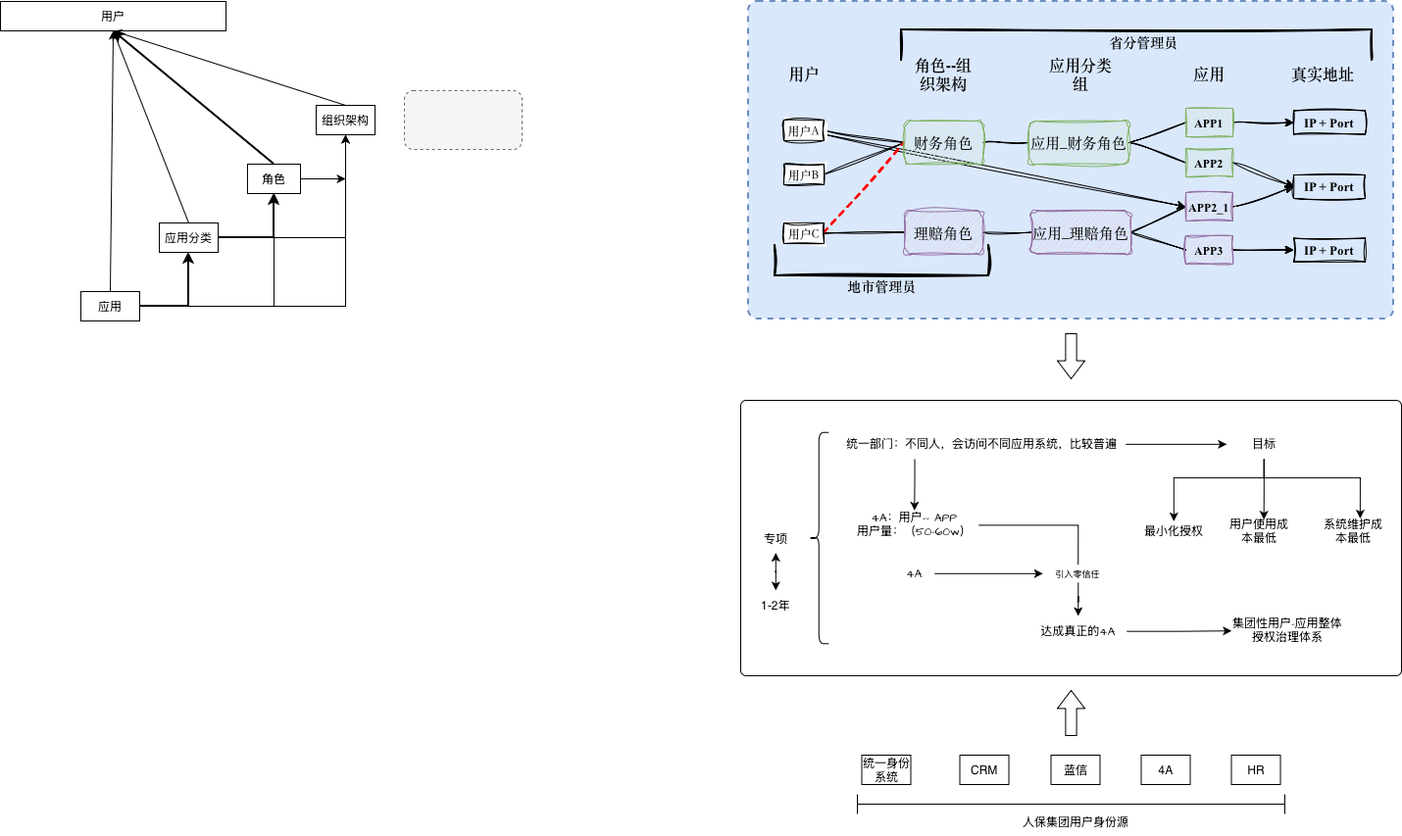
Earlier version of the draw.io export Authorization logic and system design goals based on zero trust.drawio.png (skillre/diagrams_P). Source tidied: cells renumbered, new cells last; positions are measured from the earlier drawing's top-left corner, leaving out a move shared by most shapes.
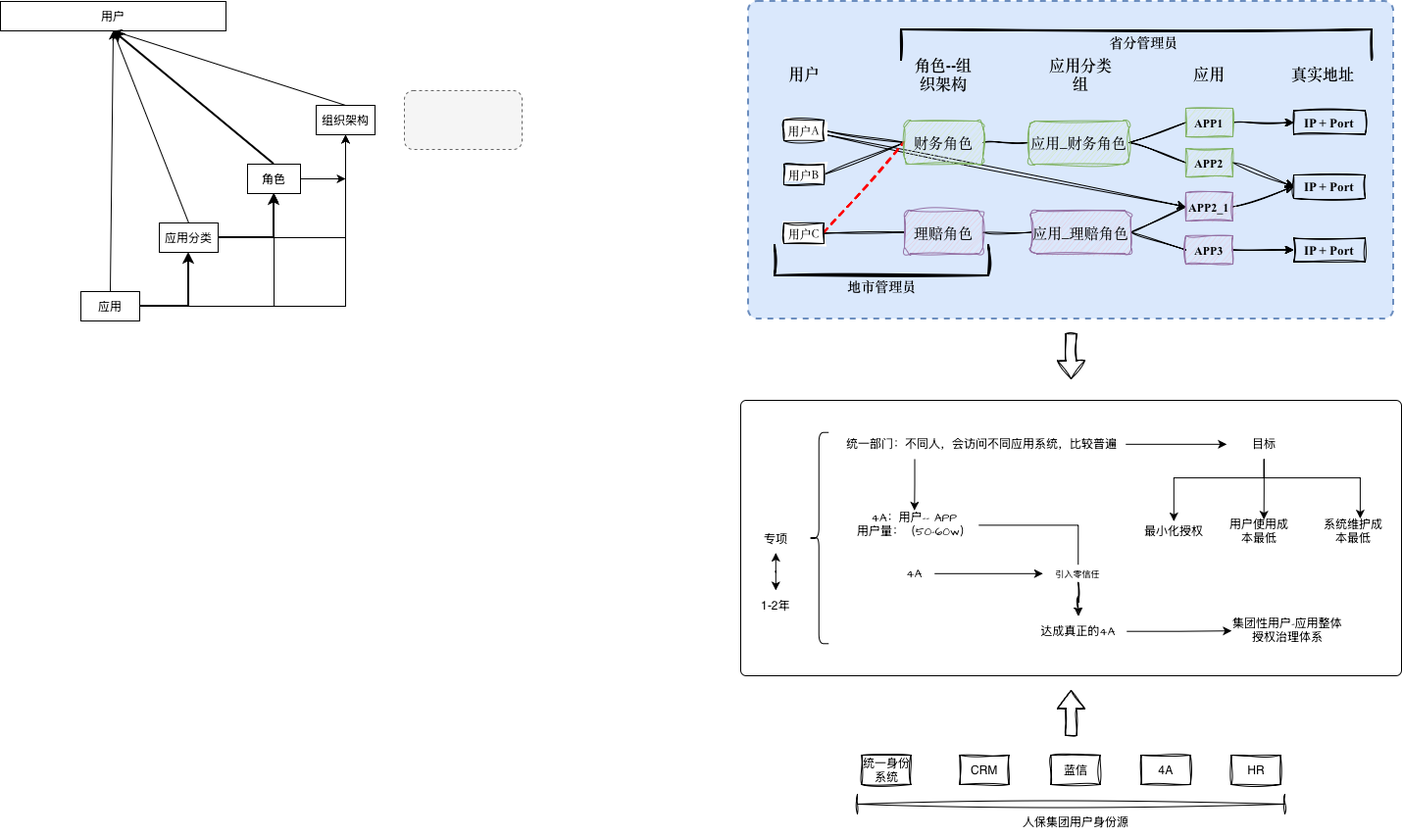
After the change.

What changed in the source:
```diff
@@ -177,25 +177,25 @@
     <mxCell id="58" style="endArrow=classic;html=1;rounded=0;exitX=1;exitY=0.5;exitDx=0;exitDy=0;entryX=0.5;entryY=1;entryDx=0;entryDy=0;strokeWidth=2;edgeStyle=orthogonalEdgeStyle;" parent="1" edge="1" source="44" target="46">
       <mxGeometry relative="1" as="geometry" />
     </mxCell>
-    <mxCell id="59" value="4A" style="text;html=1;whiteSpace=wrap;strokeColor=default;fillColor=none;align=center;verticalAlign=middle;rounded=0;" parent="1" vertex="1">
+    <mxCell id="59" value="4A" style="text;html=1;whiteSpace=wrap;strokeColor=default;fillColor=none;align=center;verticalAlign=middle;rounded=0;sketch=1;curveFitting=1;jiggle=2;" parent="1" vertex="1">
       <mxGeometry x="1163.5" y="769" width="50" height="30" as="geometry" />
     </mxCell>
-    <mxCell id="60" value="HR" style="text;html=1;whiteSpace=wrap;strokeColor=default;fillColor=none;align=center;verticalAlign=middle;rounded=0;" parent="1" vertex="1">
+    <mxCell id="60" value="HR" style="text;html=1;whiteSpace=wrap;strokeColor=default;fillColor=none;align=center;verticalAlign=middle;rounded=0;sketch=1;curveFitting=1;jiggle=2;" parent="1" vertex="1">
       <mxGeometry x="1255.5" y="769" width="50" height="30" as="geometry" />
     </mxCell>
-    <mxCell id="61" value="蓝信" style="text;html=1;whiteSpace=wrap;strokeColor=default;fillColor=none;align=center;verticalAlign=middle;rounded=0;" parent="1" vertex="1">
+    <mxCell id="61" value="蓝信" style="text;html=1;whiteSpace=wrap;strokeColor=default;fillColor=none;align=center;verticalAlign=middle;rounded=0;sketch=1;curveFitting=1;jiggle=2;" parent="1" vertex="1">
       <mxGeometry x="1071.5" y="769" width="50" height="30" as="geometry" />
     </mxCell>
-    <mxCell id="62" value="CRM" style="text;html=1;whiteSpace=wrap;strokeColor=default;fillColor=none;align=center;verticalAlign=middle;rounded=0;" parent="1" vertex="1">
+    <mxCell id="62" value="CRM" style="text;html=1;whiteSpace=wrap;strokeColor=default;fillColor=none;align=center;verticalAlign=middle;rounded=0;sketch=1;curveFitting=1;jiggle=2;" parent="1" vertex="1">
       <mxGeometry x="978.5" y="769" width="50" height="30" as="geometry" />
     </mxCell>
-    <mxCell id="63" value="统一身份系统" style="text;html=1;whiteSpace=wrap;strokeColor=default;fillColor=none;align=center;verticalAlign=middle;rounded=0;" parent="1" vertex="1">
+    <mxCell id="63" value="统一身份系统" style="text;html=1;whiteSpace=wrap;strokeColor=default;fillColor=none;align=center;verticalAlign=middle;rounded=0;sketch=1;curveFitting=1;jiggle=2;" parent="1" vertex="1">
       <mxGeometry x="878.5" y="769" width="50" height="30" as="geometry" />
     </mxCell>
-    <mxCell id="64" style="shape=crossbar;whiteSpace=wrap;html=1;rounded=1;" parent="1" vertex="1">
+    <mxCell id="64" style="shape=crossbar;whiteSpace=wrap;html=1;rounded=1;sketch=1;curveFitting=1;jiggle=2;" parent="1" vertex="1">
       <mxGeometry x="874" y="809" width="436" height="20" as="geometry" />
     </mxCell>
-    <mxCell id="65" value="人保集团用户身份源" style="text;html=1;whiteSpace=wrap;strokeColor=none;fillColor=none;align=center;verticalAlign=middle;rounded=0;" parent="1" vertex="1">
+    <mxCell id="65" value="人保集团用户身份源" style="text;html=1;whiteSpace=wrap;strokeColor=none;fillColor=none;align=center;verticalAlign=middle;rounded=0;sketch=1;curveFitting=1;jiggle=2;" parent="1" vertex="1">
       <mxGeometry x="1012.5" y="822" width="168" height="30" as="geometry" />
     </mxCell>
     <mxCell id="66" style="rounded=1;whiteSpace=wrap;html=1;arcSize=2;" parent="1" vertex="1">
@@ -221,7 +221,7 @@
     <mxCell id="71" value="目标" style="text;html=1;whiteSpace=wrap;strokeColor=none;fillColor=none;align=center;verticalAlign=middle;rounded=0;fontFamily=Architects Daughter;fontSource=https%3A%2F%2Ffonts.googleapis.com%2Fcss%3Ffamily%3DArchitects%2BDaughter;" parent="66" vertex="1">
       <mxGeometry x="495.8" y="29.7" width="76" height="30.2" as="geometry" />
     </mxCell>
-    <mxCell id="72" style="edgeStyle=orthogonalEdgeStyle;rounded=0;jettySize=auto;html=1;entryX=0.5;entryY=0;entryDx=0;entryDy=0;" parent="66" edge="1" source="85" target="80">
+    <mxCell id="72" style="edgeStyle=orthogonalEdgeStyle;rounded=0;jettySize=auto;html=1;entryX=0.5;entryY=0;entryDx=0;entryDy=0;sketch=1;curveFitting=1;jiggle=2;" parent="66" edge="1" source="85" target="80">
       <mxGeometry relative="1" as="geometry" />
     </mxCell>
     <mxCell id="73" value="4A：用户-- APP&lt;div&gt;用户量：（50-60w）&lt;/div&gt;" style="text;html=1;whiteSpace=wrap;strokeColor=none;fillColor=none;align=center;verticalAlign=middle;rounded=0;fontFamily=Architects Daughter;fontSource=https%3A%2F%2Ffonts.googleapis.com%2Fcss%3Ffamily%3DArchitects%2BDaughter;" parent="66" vertex="1">
@@ -250,7 +250,7 @@
     <mxCell id="79" style="edgeStyle=orthogonalEdgeStyle;rounded=0;jettySize=auto;html=1;" parent="66" edge="1" source="80" target="83">
       <mxGeometry relative="1" as="geometry" />
     </mxCell>
-    <mxCell id="80" value="达成真正的4A" style="text;whiteSpace=wrap;strokeColor=none;fillColor=none;align=center;verticalAlign=middle;rounded=0;fontFamily=Architects Daughter;fontSource=https%3A%2F%2Ffonts.googleapis.com%2Fcss%3Ffamily%3DArchitects%2BDaughter;html=1;horizontal=1;" parent="66" vertex="1">
+    <mxCell id="80" value="达成真正的4A" style="text;whiteSpace=wrap;strokeColor=none;fillColor=none;align=center;verticalAlign=middle;rounded=0;fontFamily=Architects Daughter;fontSource=https%3A%2F%2Ffonts.googleapis.com%2Fcss%3Ffamily%3DArchitects%2BDaughter;html=1;horizontal=1;sketch=1;curveFitting=1;jiggle=2;" parent="66" vertex="1">
       <mxGeometry x="294.8" y="220.1" width="99" height="31.2" as="geometry" />
     </mxCell>
     <mxCell id="81" style="edgeStyle=orthogonalEdgeStyle;rounded=0;jettySize=auto;html=1;labelBorderColor=none;flowAnimation=0;" parent="66" edge="1" source="82" target="85">
@@ -269,7 +269,7 @@
         </Array>
       </mxGeometry>
     </mxCell>
-    <mxCell id="85" value="引入零信任" style="text;whiteSpace=wrap;strokeColor=none;fillColor=none;align=center;verticalAlign=middle;rounded=0;fontSize=9;html=1;convertToSvg=0;glass=0;" parent="66" vertex="1">
+    <mxCell id="85" value="引入零信任" style="text;whiteSpace=wrap;strokeColor=none;fillColor=none;align=center;verticalAlign=middle;rounded=0;fontSize=9;html=1;convertToSvg=0;glass=0;sketch=1;curveFitting=1;jiggle=2;" parent="66" vertex="1">
       <mxGeometry x="308.2" y="167.7" width="72" height="18.1" as="geometry" />
     </mxCell>
     <mxCell id="86" style="shape=curlyBracket;whiteSpace=wrap;html=1;rounded=1;labelPosition=left;verticalLabelPosition=middle;align=right;verticalAlign=middle;" parent="66" vertex="1">
@@ -284,10 +284,10 @@
     <mxCell id="89" value="1-2年" style="text;html=1;whiteSpace=wrap;strokeColor=none;fillColor=none;align=center;verticalAlign=middle;rounded=0;" parent="66" vertex="1">
       <mxGeometry x="12.8" y="193.9" width="46" height="30.2" as="geometry" />
     </mxCell>
-    <mxCell id="90" style="shape=singleArrow;whiteSpace=wrap;html=1;arrowWidth=0.4;arrowSize=0.4;rotation=90;" parent="1" vertex="1">
+    <mxCell id="90" style="shape=singleArrow;whiteSpace=wrap;html=1;arrowWidth=0.4;arrowSize=0.4;rotation=90;sketch=1;curveFitting=1;jiggle=2;" parent="1" vertex="1">
       <mxGeometry x="1069" y="348" width="46" height="28" as="geometry" />
     </mxCell>
-    <mxCell id="91" style="shape=singleArrow;whiteSpace=wrap;html=1;arrowWidth=0.4;arrowSize=0.4;rotation=-90;" parent="1" vertex="1">
+    <mxCell id="91" style="shape=singleArrow;whiteSpace=wrap;html=1;arrowWidth=0.4;arrowSize=0.4;rotation=-90;sketch=1;curveFitting=1;jiggle=2;" parent="1" vertex="1">
       <mxGeometry x="1069" y="712" width="46" height="28" as="geometry" />
     </mxCell>
   </root>
```
